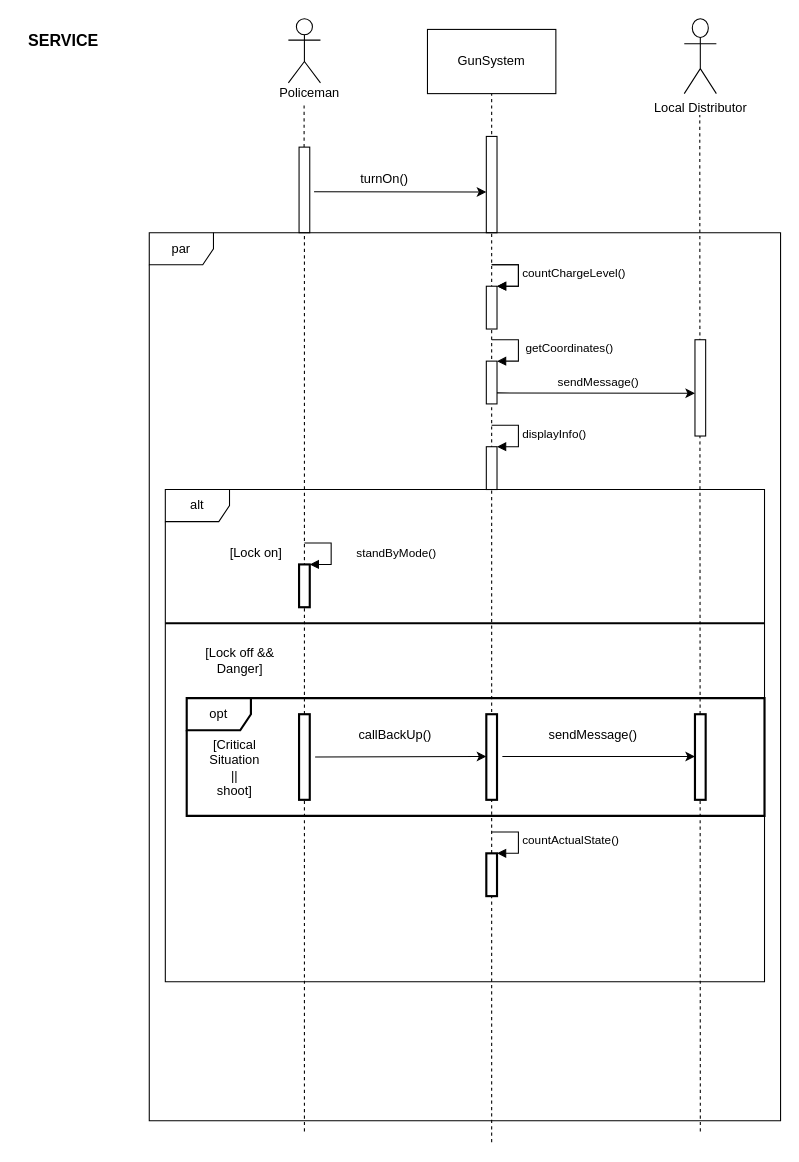
This is sequence_diagram_2.drawio from mardyr/UML-and-diagrams, a draw.io file, before an edit. Source tidied: cells renumbered, new cells numbered last; positions are measured from the earlier drawing's top-left corner, leaving out a move shared by most shapes. Both pictures are drawn from the tidied source at 107%, with x=0, y=0 at pixel (42, 18).
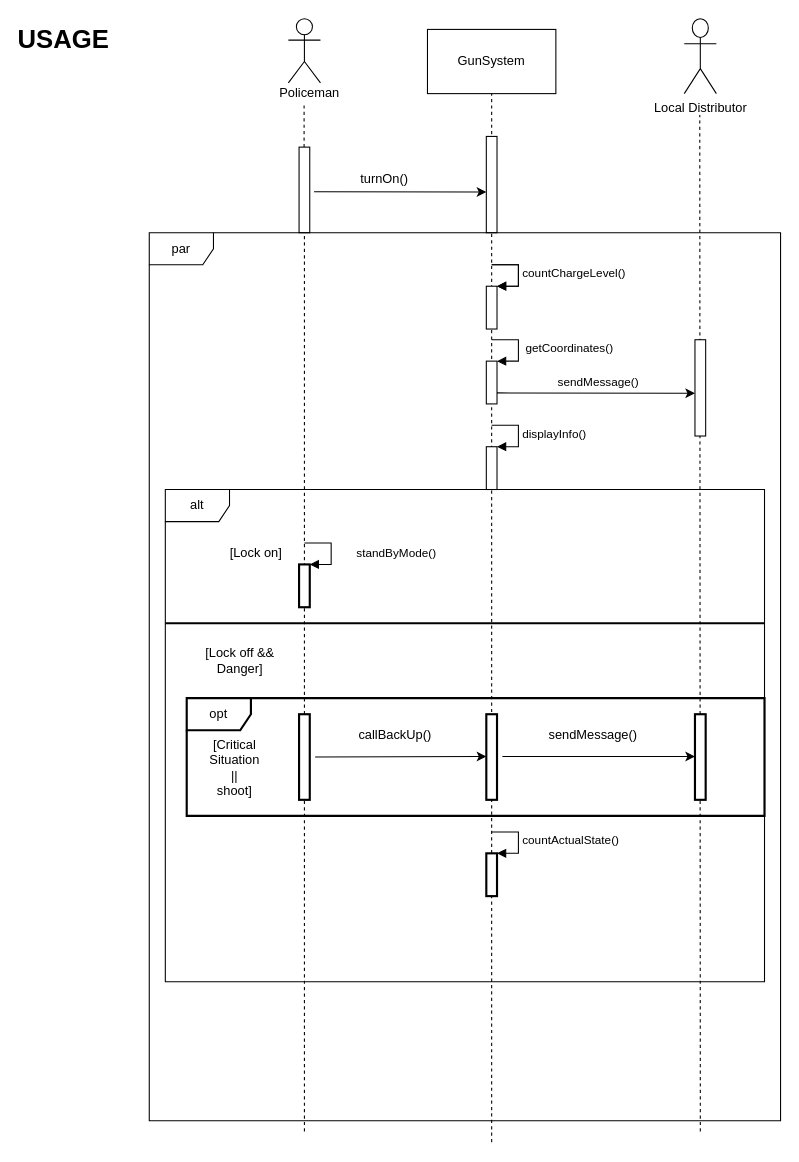
Above is the later version.

The edit, as a diff of the source:
```diff
@@
-    <mxCell id="42" value="&lt;b&gt;&lt;font style=&quot;font-size: 15px&quot;&gt;SERVICE&lt;/font&gt;&lt;/b&gt;" style="text;html=1;strokeColor=none;fillColor=none;align=center;verticalAlign=middle;whiteSpace=wrap;rounded=0;" parent="1" vertex="1">
+    <mxCell id="42" value="&lt;b&gt;&lt;font style=&quot;font-size: 24px&quot;&gt;USAGE&lt;/font&gt;&lt;/b&gt;" style="text;html=1;strokeColor=none;fillColor=none;align=center;verticalAlign=middle;whiteSpace=wrap;rounded=0;" parent="1" vertex="1">
       <mxGeometry y="10" width="40" height="20" as="geometry" />
     </mxCell>
```
